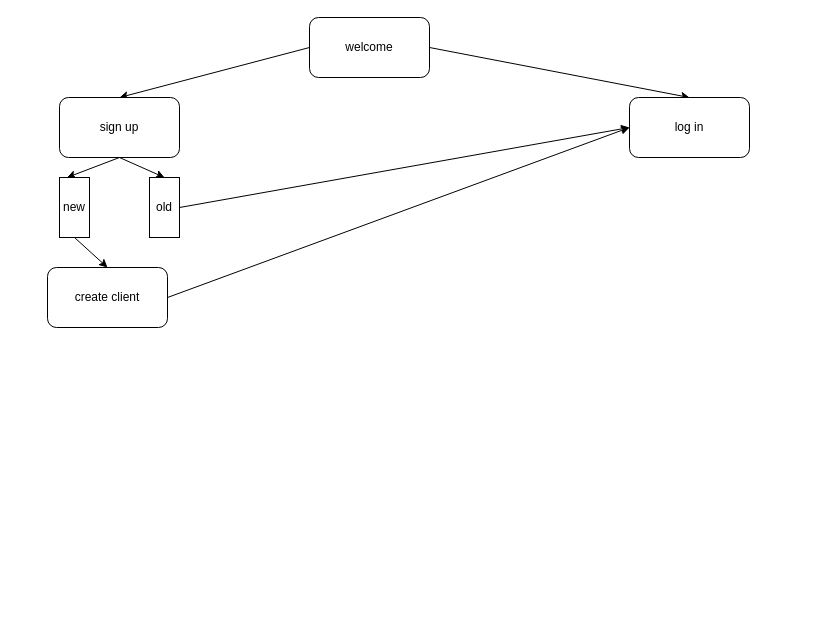
Earlier version of the draw.io diagram planning.drawio (Saadboussof/C_Project_CompteBancaire). Source tidied: cells renumbered, new cells numbered last; positions are measured from the earlier drawing's top-left corner, leaving out a move shared by most shapes. Both pictures are drawn from the tidied source at 100%, with x=0, y=0 at pixel (47, 17).
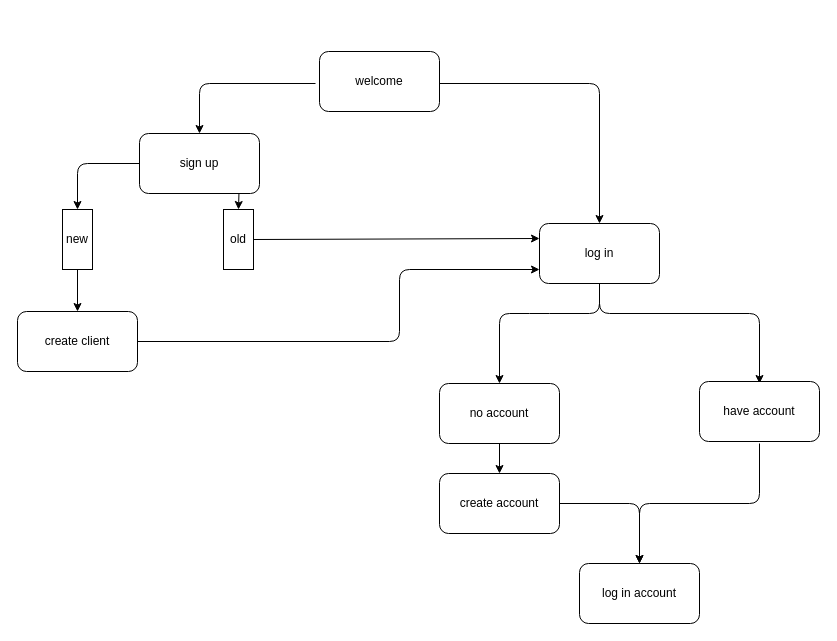
The same diagram, later.

What changed in the source:
```diff
@@
-    <mxCell id="2" style="edgeStyle=none;html=1;exitX=0;exitY=0.5;exitDx=0;exitDy=0;entryX=0.5;entryY=0;entryDx=0;entryDy=0;" parent="1" edge="1" source="4" target="9">
-      <mxGeometry relative="1" as="geometry" />
+    <mxCell id="2" style="edgeStyle=none;html=1;exitX=0;exitY=0.5;exitDx=0;exitDy=0;" parent="1" edge="1" target="9">
+      <mxGeometry relative="1" as="geometry">
+        <mxPoint x="268" y="66" as="sourcePoint" />
+        <Array as="points">
+          <mxPoint x="152" y="66" />
+        </Array>
+      </mxGeometry>
     </mxCell>
-    <mxCell id="3" style="edgeStyle=none;html=1;exitX=1;exitY=0.5;exitDx=0;exitDy=0;entryX=0.5;entryY=0;entryDx=0;entryDy=0;" parent="1" edge="1" source="4" target="5">
-      <mxGeometry relative="1" as="geometry" />
+    <mxCell id="3" style="edgeStyle=none;html=1;exitX=1;exitY=0.5;exitDx=0;exitDy=0;entryX=0.5;entryY=0;entryDx=0;entryDy=0;" parent="1" edge="1" target="5">
+      <mxGeometry relative="1" as="geometry">
+        <mxPoint x="392" y="66" as="sourcePoint" />
+        <Array as="points">
+          <mxPoint x="552" y="66" />
+        </Array>
+      </mxGeometry>
     </mxCell>
     <mxCell id="4" value="welcome" style="rounded=1;whiteSpace=wrap;html=1;" parent="1" vertex="1">
-      <mxGeometry x="262" width="120" height="60" as="geometry" />
+      <mxGeometry x="272" y="34" width="120" height="60" as="geometry" />
     </mxCell>
+    <mxCell id="16" style="edgeStyle=none;html=1;exitX=0.5;exitY=1;exitDx=0;exitDy=0;entryX=0.5;entryY=0;entryDx=0;entryDy=0;" parent="1" edge="1" source="5" target="21">
+      <mxGeometry relative="1" as="geometry">
+        <Array as="points">
+          <mxPoint x="552" y="296" />
+          <mxPoint x="492" y="296" />
+          <mxPoint x="452" y="296" />
+        </Array>
+      </mxGeometry>
+    </mxCell>
+    <mxCell id="17" style="edgeStyle=none;html=1;exitX=0.5;exitY=1;exitDx=0;exitDy=0;entryX=0.5;entryY=0;entryDx=0;entryDy=0;" parent="1" edge="1" source="5">
+      <mxGeometry relative="1" as="geometry">
+        <mxPoint x="712" y="366" as="targetPoint" />
+        <Array as="points">
+          <mxPoint x="552" y="296" />
+          <mxPoint x="712" y="296" />
+        </Array>
+      </mxGeometry>
+    </mxCell>
     <mxCell id="5" value="log in" style="rounded=1;whiteSpace=wrap;html=1;" parent="1" vertex="1">
-      <mxGeometry x="582" y="80" width="120" height="60" as="geometry" />
+      <mxGeometry x="492" y="206" width="120" height="60" as="geometry" />
     </mxCell>
@@
-    <mxCell id="7" style="edgeStyle=none;html=1;exitX=0.5;exitY=1;exitDx=0;exitDy=0;entryX=0.25;entryY=0;entryDx=0;entryDy=0;" parent="1" edge="1" source="9" target="11">
-      <mxGeometry relative="1" as="geometry" />
+    <mxCell id="7" style="edgeStyle=none;html=1;exitX=0;exitY=0.5;exitDx=0;exitDy=0;entryX=0.5;entryY=0;entryDx=0;entryDy=0;" parent="1" edge="1" source="9" target="11">
+      <mxGeometry relative="1" as="geometry">
+        <Array as="points">
+          <mxPoint x="30" y="146" />
+        </Array>
+      </mxGeometry>
     </mxCell>
-    <mxCell id="8" style="edgeStyle=none;html=1;exitX=0.5;exitY=1;exitDx=0;exitDy=0;entryX=0.5;entryY=0;entryDx=0;entryDy=0;" parent="1" edge="1" source="9" target="13">
-      <mxGeometry relative="1" as="geometry" />
+    <mxCell id="8" style="edgeStyle=none;html=1;exitX=1;exitY=0.5;exitDx=0;exitDy=0;entryX=0.5;entryY=0;entryDx=0;entryDy=0;" parent="1" edge="1" source="9" target="13">
+      <mxGeometry relative="1" as="geometry">
+        <Array as="points">
+          <mxPoint x="192" y="156" />
+        </Array>
+      </mxGeometry>
     </mxCell>
     <mxCell id="9" value="sign up" style="rounded=1;whiteSpace=wrap;html=1;" parent="1" vertex="1">
-      <mxGeometry x="12" y="80" width="120" height="60" as="geometry" />
+      <mxGeometry x="92" y="116" width="120" height="60" as="geometry" />
     </mxCell>
@@
     <mxCell id="11" value="new" style="rounded=0;whiteSpace=wrap;html=1;" parent="1" vertex="1">
-      <mxGeometry x="12" y="160" width="30" height="60" as="geometry" />
+      <mxGeometry x="15" y="192" width="30" height="60" as="geometry" />
     </mxCell>
-    <mxCell id="12" style="edgeStyle=none;html=1;exitX=1;exitY=0.5;exitDx=0;exitDy=0;entryX=0;entryY=0.5;entryDx=0;entryDy=0;" parent="1" edge="1" source="13" target="5">
+    <mxCell id="12" style="edgeStyle=none;html=1;exitX=1;exitY=0.5;exitDx=0;exitDy=0;entryX=0;entryY=0.25;entryDx=0;entryDy=0;" parent="1" edge="1" source="13" target="5">
       <mxGeometry relative="1" as="geometry" />
     </mxCell>
     <mxCell id="13" value="old" style="rounded=0;whiteSpace=wrap;html=1;" parent="1" vertex="1">
-      <mxGeometry x="102" y="160" width="30" height="60" as="geometry" />
+      <mxGeometry x="176" y="192" width="30" height="60" as="geometry" />
     </mxCell>
-    <mxCell id="14" style="edgeStyle=none;html=1;exitX=1;exitY=0.5;exitDx=0;exitDy=0;" parent="1" edge="1" source="15">
+    <mxCell id="14" style="edgeStyle=none;html=1;entryX=0;entryY=0.75;entryDx=0;entryDy=0;exitX=1;exitY=0.5;exitDx=0;exitDy=0;" parent="1" edge="1" source="15">
       <mxGeometry relative="1" as="geometry">
-        <mxPoint x="582" y="110" as="targetPoint" />
+        <mxPoint x="492" y="252" as="targetPoint" />
+        <Array as="points">
+          <mxPoint x="352" y="324" />
+          <mxPoint x="352" y="252" />
+        </Array>
       </mxGeometry>
     </mxCell>
     <mxCell id="15" value="create client" style="rounded=1;whiteSpace=wrap;html=1;" parent="1" vertex="1">
-      <mxGeometry y="250" width="120" height="60" as="geometry" />
+      <mxGeometry x="-30" y="294" width="120" height="60" as="geometry" />
     </mxCell>
+    <mxCell id="18" style="edgeStyle=none;html=1;entryX=0.5;entryY=0;entryDx=0;entryDy=0;" parent="1" edge="1" target="24">
+      <mxGeometry relative="1" as="geometry">
+        <mxPoint x="712" y="426" as="sourcePoint" />
+        <Array as="points">
+          <mxPoint x="712" y="486" />
+          <mxPoint x="592" y="486" />
+        </Array>
+      </mxGeometry>
+    </mxCell>
+    <mxCell id="19" value="have account" style="rounded=1;whiteSpace=wrap;html=1;" parent="1" vertex="1">
+      <mxGeometry x="652" y="364" width="120" height="60" as="geometry" />
+    </mxCell>
+    <mxCell id="20" style="edgeStyle=none;html=1;exitX=0.5;exitY=1;exitDx=0;exitDy=0;entryX=0.5;entryY=0;entryDx=0;entryDy=0;" parent="1" edge="1" source="21" target="23">
+      <mxGeometry relative="1" as="geometry" />
+    </mxCell>
+    <mxCell id="21" value="no account" style="rounded=1;whiteSpace=wrap;html=1;" parent="1" vertex="1">
+      <mxGeometry x="392" y="366" width="120" height="60" as="geometry" />
+    </mxCell>
+    <mxCell id="22" style="edgeStyle=none;html=1;entryX=0.5;entryY=0;entryDx=0;entryDy=0;" parent="1" edge="1" source="23" target="24">
+      <mxGeometry relative="1" as="geometry">
+        <Array as="points">
+          <mxPoint x="592" y="486" />
+        </Array>
+      </mxGeometry>
+    </mxCell>
+    <mxCell id="23" value="create account" style="rounded=1;whiteSpace=wrap;html=1;" parent="1" vertex="1">
+      <mxGeometry x="392" y="456" width="120" height="60" as="geometry" />
+    </mxCell>
+    <mxCell id="24" value="log in account" style="rounded=1;whiteSpace=wrap;html=1;" parent="1" vertex="1">
+      <mxGeometry x="532" y="546" width="120" height="60" as="geometry" />
+    </mxCell>
```
